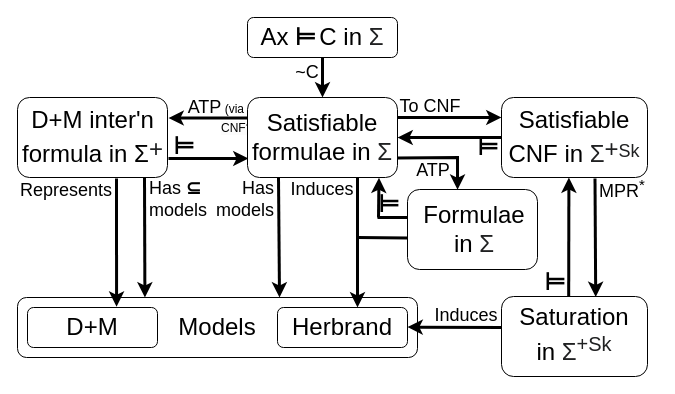
Earlier version of the draw.io diagram ModelLandscape.drawio (GeoffsPapers/InterpretationFormat). Source tidied: cells renumbered, new cells numbered last; positions are measured from the earlier drawing's top-left corner, leaving out a move shared by most shapes. Both pictures are drawn from the tidied source at 100%, with x=0, y=0 at pixel (17, 17).
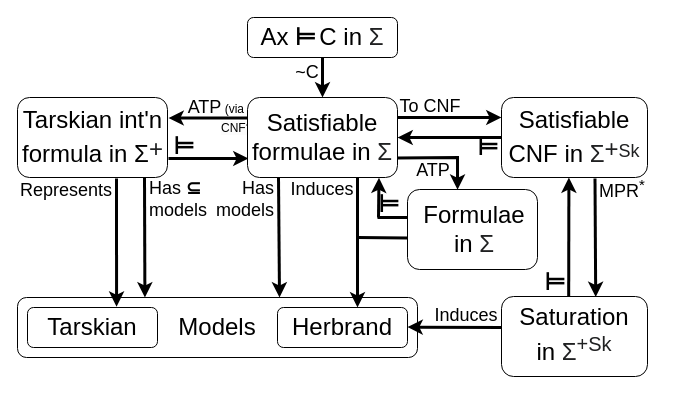
The same page after the edit.

The change refers to these unchanged cells:
```xml
<mxCell id="37" style="group;" parent="1" vertex="1">
  <mxGeometry y="80" width="150" height="80" as="geometry" />
</mxCell>
```

Change to the diagram source:
```diff
@@
-    <mxCell id="32" value="&lt;font style=&quot;font-size: 24px;&quot;&gt;D+M&lt;/font&gt;" style="text;strokeColor=none;align=center;fillColor=none;html=1;verticalAlign=middle;whiteSpace=wrap;rounded=0;" parent="1" vertex="1">
+    <mxCell id="32" value="&lt;font style=&quot;font-size: 24px;&quot;&gt;Tarskian&lt;/font&gt;" style="text;strokeColor=none;align=center;fillColor=none;html=1;verticalAlign=middle;whiteSpace=wrap;rounded=0;" parent="1" vertex="1">
       <mxGeometry x="45" y="295" width="60" height="30" as="geometry" />
     </mxCell>
@@
-    <mxCell id="39" value="&lt;font style=&quot;&quot;&gt;&lt;span style=&quot;font-size: 24px;&quot;&gt;D+M inter'n&lt;/span&gt;&lt;br&gt;&lt;span style=&quot;font-size: 24px;&quot;&gt;formula in Σ&lt;/span&gt;&lt;sup style=&quot;border-color: var(--border-color); color: rgb(32, 33, 34); font-family: sans-serif; text-align: start; background-color: rgb(255, 255, 255);&quot;&gt;&lt;span style=&quot;font-size: 24px;&quot;&gt;+&lt;/span&gt;&lt;/sup&gt;&lt;/font&gt;" style="text;strokeColor=none;align=center;fillColor=none;html=1;verticalAlign=middle;whiteSpace=wrap;rounded=0;" parent="37" vertex="1">
+    <mxCell id="39" value="&lt;font style=&quot;&quot;&gt;&lt;span style=&quot;font-size: 24px;&quot;&gt;Tarskian int'n&lt;/span&gt;&lt;br&gt;&lt;span style=&quot;font-size: 24px;&quot;&gt;formula in Σ&lt;/span&gt;&lt;sup style=&quot;border-color: var(--border-color); color: rgb(32, 33, 34); font-family: sans-serif; text-align: start; background-color: rgb(255, 255, 255);&quot;&gt;&lt;span style=&quot;font-size: 24px;&quot;&gt;+&lt;/span&gt;&lt;/sup&gt;&lt;/font&gt;" style="text;strokeColor=none;align=center;fillColor=none;html=1;verticalAlign=middle;whiteSpace=wrap;rounded=0;" parent="37" vertex="1">
       <mxGeometry x="2.5" y="25" width="145" height="30" as="geometry" />
     </mxCell>
```
